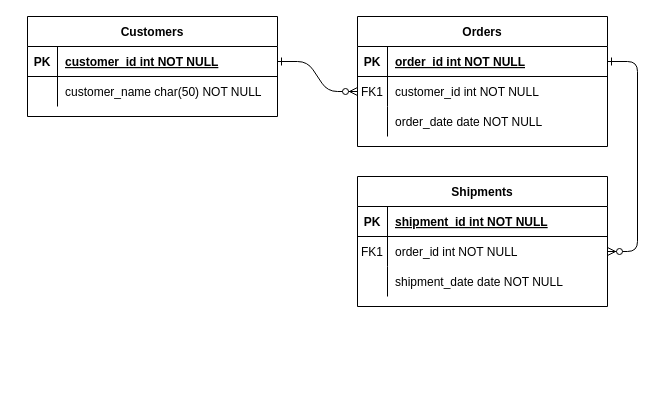
The draw.io diagram Sprint.drawio in ColeLindner/Princ.-Soft.-Engineering, before the edit. Source tidied: cells renumbered, new cells numbered last; positions are measured from the earlier drawing's top-left corner, leaving out a move shared by most shapes. Both pictures are drawn from the tidied source at 100%, with x=0, y=0 at pixel (27, 16).
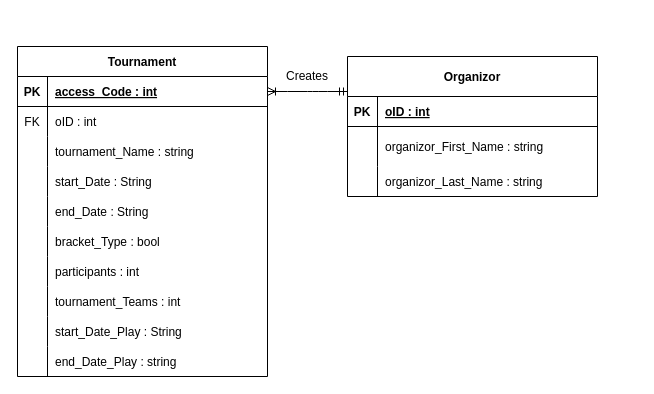
After the change.

The change refers to these unchanged cells:
```xml
<mxCell id="25" style="shape=partialRectangle;fillColor=none;points=[[0,0.5],[1,0.5]];portConstraint=eastwest;top=0;left=0;right=0;bottom=1;" parent="24" vertex="1">
  <mxGeometry y="30" width="250" height="30" as="geometry" />
</mxCell>
<mxCell id="28" style="shape=partialRectangle;fillColor=none;top=0;left=0;right=0;bottom=0;" parent="24" vertex="1">
  <mxGeometry y="60" width="250" height="30" as="geometry" />
</mxCell>
```

The edit, as a diff of the source:
```diff
@@
-    <mxCell id="2" style="edgeStyle=entityRelationEdgeStyle;endArrow=ERzeroToMany;startArrow=ERone;endFill=1;startFill=0;" parent="1" edge="1" source="25" target="8">
+    <mxCell id="2" style="edgeStyle=entityRelationEdgeStyle;endArrow=ERmandOne;startArrow=ERoneToMany;endFill=0;startFill=0;entryX=0;entryY=0.25;entryDx=0;entryDy=0;" parent="1" edge="1" source="25" target="4">
       <mxGeometry relative="1" as="geometry" />
     </mxCell>
-    <mxCell id="3" style="edgeStyle=entityRelationEdgeStyle;endArrow=ERzeroToMany;startArrow=ERone;endFill=1;startFill=0;" parent="1" edge="1" source="5" target="18">
-      <mxGeometry relative="1" as="geometry" />
-    </mxCell>
-    <mxCell id="4" value="Orders" style="shape=table;startSize=30;childLayout=tableLayout;rowLines=0;fontStyle=1;align=center;" parent="1" vertex="1">
-      <mxGeometry x="330" width="250" height="130" as="geometry" />
+    <mxCell id="4" value="Organizor" style="shape=table;startSize=40;childLayout=tableLayout;rowLines=0;fontStyle=1;align=center;" parent="1" vertex="1">
+      <mxGeometry x="320" y="40" width="250" height="140" as="geometry" />
     </mxCell>
     <mxCell id="5" style="shape=partialRectangle;fillColor=none;points=[[0,0.5],[1,0.5]];portConstraint=eastwest;top=0;left=0;right=0;bottom=1;" parent="4" vertex="1">
-      <mxGeometry y="30" width="250" height="30" as="geometry" />
+      <mxGeometry y="40" width="250" height="30" as="geometry" />
     </mxCell>
@@
-    <mxCell id="7" value="order_id int NOT NULL " style="shape=partialRectangle;overflow=hidden;fillColor=none;top=0;left=0;bottom=0;right=0;align=left;spacingLeft=6;fontStyle=5;" parent="5" vertex="1">
+    <mxCell id="7" value="oID : int" style="shape=partialRectangle;overflow=hidden;fillColor=none;top=0;left=0;bottom=0;right=0;align=left;spacingLeft=6;fontStyle=5;" parent="5" vertex="1">
       <mxGeometry x="30" width="220" height="30" as="geometry" />
     </mxCell>
     <mxCell id="8" style="shape=partialRectangle;fillColor=none;points=[[0,0.5],[1,0.5]];portConstraint=eastwest;top=0;left=0;right=0;bottom=0;" parent="4" vertex="1">
-      <mxGeometry y="60" width="250" height="30" as="geometry" />
+      <mxGeometry y="70" width="250" height="40" as="geometry" />
     </mxCell>
-    <mxCell id="9" value="FK1" style="shape=partialRectangle;overflow=hidden;fillColor=none;top=0;left=0;bottom=0;right=0;" parent="8" vertex="1">
-      <mxGeometry width="30" height="30" as="geometry" />
+    <mxCell id="9" style="shape=partialRectangle;overflow=hidden;fillColor=none;top=0;left=0;bottom=0;right=0;" parent="8" vertex="1">
+      <mxGeometry width="30" height="40" as="geometry" />
     </mxCell>
-    <mxCell id="10" value="customer_id int NOT NULL" style="shape=partialRectangle;overflow=hidden;fillColor=none;top=0;left=0;bottom=0;right=0;align=left;spacingLeft=6;" parent="8" vertex="1">
-      <mxGeometry x="30" width="220" height="30" as="geometry" />
+    <mxCell id="10" value="organizor_First_Name : string" style="shape=partialRectangle;overflow=hidden;fillColor=none;top=0;left=0;bottom=0;right=0;align=left;spacingLeft=6;" parent="8" vertex="1">
+      <mxGeometry x="30" width="220" height="40" as="geometry" />
     </mxCell>
     <mxCell id="11" style="shape=partialRectangle;fillColor=none;top=0;left=0;right=0;bottom=0;" parent="4" vertex="1">
-      <mxGeometry y="90" width="250" height="30" as="geometry" />
+      <mxGeometry y="110" width="250" height="30" as="geometry" />
     </mxCell>
@@
-    <mxCell id="13" value="order_date date NOT NULL" style="shape=partialRectangle;overflow=hidden;fillColor=none;top=0;left=0;bottom=0;right=0;align=left;spacingLeft=6;" parent="11" vertex="1">
+    <mxCell id="13" value="organizor_Last_Name : string" style="shape=partialRectangle;overflow=hidden;fillColor=none;top=0;left=0;bottom=0;right=0;align=left;spacingLeft=6;" parent="11" vertex="1">
       <mxGeometry x="30" width="220" height="30" as="geometry" />
     </mxCell>
-    <mxCell id="14" value="Shipments" style="shape=table;startSize=30;childLayout=tableLayout;rowLines=0;fontStyle=1;align=center;" parent="1" vertex="1">
-      <mxGeometry x="330" y="160" width="250" height="130" as="geometry" />
-    </mxCell>
-    <mxCell id="15" style="shape=partialRectangle;fillColor=none;top=0;left=0;right=0;bottom=1;" parent="14" vertex="1">
-      <mxGeometry y="30" width="250" height="30" as="geometry" />
-    </mxCell>
-    <mxCell id="16" value="PK" style="shape=partialRectangle;overflow=hidden;fillColor=none;top=0;left=0;bottom=0;right=0;fontStyle=1;" parent="15" vertex="1">
-      <mxGeometry width="30" height="30" as="geometry" />
-    </mxCell>
-    <mxCell id="17" value="shipment_id int NOT NULL " style="shape=partialRectangle;overflow=hidden;fillColor=none;top=0;left=0;bottom=0;right=0;align=left;spacingLeft=6;fontStyle=5;" parent="15" vertex="1">
-      <mxGeometry x="30" width="220" height="30" as="geometry" />
-    </mxCell>
-    <mxCell id="18" style="shape=partialRectangle;fillColor=none;points=[[0,0.5],[1,0.5]];portConstraint=eastwest;top=0;left=0;right=0;bottom=0;" parent="14" vertex="1">
-      <mxGeometry y="60" width="250" height="30" as="geometry" />
-    </mxCell>
-    <mxCell id="19" value="FK1" style="shape=partialRectangle;overflow=hidden;fillColor=none;top=0;left=0;bottom=0;right=0;" parent="18" vertex="1">
-      <mxGeometry width="30" height="30" as="geometry" />
-    </mxCell>
-    <mxCell id="20" value="order_id int NOT NULL" style="shape=partialRectangle;overflow=hidden;fillColor=none;top=0;left=0;bottom=0;right=0;align=left;spacingLeft=6;" parent="18" vertex="1">
-      <mxGeometry x="30" width="220" height="30" as="geometry" />
-    </mxCell>
-    <mxCell id="21" style="shape=partialRectangle;fillColor=none;top=0;left=0;right=0;bottom=0;" parent="14" vertex="1">
-      <mxGeometry y="90" width="250" height="30" as="geometry" />
-    </mxCell>
-    <mxCell id="22" style="shape=partialRectangle;overflow=hidden;fillColor=none;top=0;left=0;bottom=0;right=0;" parent="21" vertex="1">
-      <mxGeometry width="30" height="30" as="geometry" />
-    </mxCell>
-    <mxCell id="23" value="shipment_date date NOT NULL" style="shape=partialRectangle;overflow=hidden;fillColor=none;top=0;left=0;bottom=0;right=0;align=left;spacingLeft=6;" parent="21" vertex="1">
-      <mxGeometry x="30" width="220" height="30" as="geometry" />
-    </mxCell>
-    <mxCell id="24" value="Customers" style="shape=table;startSize=30;childLayout=tableLayout;rowLines=0;fontStyle=1;align=center;" parent="1" vertex="1">
-      <mxGeometry width="250" height="100" as="geometry" />
+    <mxCell id="24" value="Tournament" style="shape=table;startSize=30;childLayout=tableLayout;rowLines=0;fontStyle=1;align=center;" parent="1" vertex="1">
+      <mxGeometry x="-10" y="30" width="250" height="330" as="geometry" />
     </mxCell>
@@
-    <mxCell id="27" value="customer_id int NOT NULL " style="shape=partialRectangle;overflow=hidden;fillColor=none;top=0;left=0;bottom=0;right=0;align=left;spacingLeft=6;fontStyle=5;" parent="25" vertex="1">
+    <mxCell id="27" value="access_Code : int" style="shape=partialRectangle;overflow=hidden;fillColor=none;top=0;left=0;bottom=0;right=0;align=left;spacingLeft=6;fontStyle=5;" parent="25" vertex="1">
       <mxGeometry x="30" width="220" height="30" as="geometry" />
     </mxCell>
@@
-    <mxCell id="29" style="shape=partialRectangle;overflow=hidden;fillColor=none;top=0;left=0;bottom=0;right=0;" parent="28" vertex="1">
+    <mxCell id="29" value="FK" style="shape=partialRectangle;overflow=hidden;fillColor=none;top=0;left=0;bottom=0;right=0;" parent="28" vertex="1">
       <mxGeometry width="30" height="30" as="geometry" />
     </mxCell>
-    <mxCell id="30" value="customer_name char(50) NOT NULL" style="shape=partialRectangle;overflow=hidden;fillColor=none;top=0;left=0;bottom=0;right=0;align=left;spacingLeft=6;" parent="28" vertex="1">
+    <mxCell id="30" value="oID : int" style="shape=partialRectangle;overflow=hidden;fillColor=none;top=0;left=0;bottom=0;right=0;align=left;spacingLeft=6;" parent="28" vertex="1">
       <mxGeometry x="30" width="220" height="30" as="geometry" />
     </mxCell>
+    <mxCell id="21" style="shape=partialRectangle;fillColor=none;top=0;left=0;right=0;bottom=0;" parent="24" vertex="1">
+      <mxGeometry y="90" width="250" height="30" as="geometry" />
+    </mxCell>
+    <mxCell id="31" style="shape=partialRectangle;overflow=hidden;fillColor=none;top=0;left=0;bottom=0;right=0;" parent="21" vertex="1">
+      <mxGeometry width="30" height="30" as="geometry" />
+    </mxCell>
+    <mxCell id="32" value="tournament_Name : string" style="shape=partialRectangle;overflow=hidden;fillColor=none;top=0;left=0;bottom=0;right=0;align=left;spacingLeft=6;" parent="21" vertex="1">
+      <mxGeometry x="30" width="220" height="30" as="geometry" />
+    </mxCell>
+    <mxCell id="33" style="shape=partialRectangle;fillColor=none;top=0;left=0;right=0;bottom=0;" parent="24" vertex="1">
+      <mxGeometry y="120" width="250" height="30" as="geometry" />
+    </mxCell>
+    <mxCell id="34" style="shape=partialRectangle;overflow=hidden;fillColor=none;top=0;left=0;bottom=0;right=0;" parent="33" vertex="1">
+      <mxGeometry width="30" height="30" as="geometry" />
+    </mxCell>
+    <mxCell id="35" value="start_Date : String" style="shape=partialRectangle;overflow=hidden;fillColor=none;top=0;left=0;bottom=0;right=0;align=left;spacingLeft=6;" parent="33" vertex="1">
+      <mxGeometry x="30" width="220" height="30" as="geometry" />
+    </mxCell>
+    <mxCell id="36" style="shape=partialRectangle;fillColor=none;top=0;left=0;right=0;bottom=0;" parent="24" vertex="1">
+      <mxGeometry y="150" width="250" height="30" as="geometry" />
+    </mxCell>
+    <mxCell id="37" style="shape=partialRectangle;overflow=hidden;fillColor=none;top=0;left=0;bottom=0;right=0;" parent="36" vertex="1">
+      <mxGeometry width="30" height="30" as="geometry" />
+    </mxCell>
+    <mxCell id="38" value="end_Date : String" style="shape=partialRectangle;overflow=hidden;fillColor=none;top=0;left=0;bottom=0;right=0;align=left;spacingLeft=6;" parent="36" vertex="1">
+      <mxGeometry x="30" width="220" height="30" as="geometry" />
+    </mxCell>
+    <mxCell id="39" style="shape=partialRectangle;fillColor=none;top=0;left=0;right=0;bottom=0;" parent="24" vertex="1">
+      <mxGeometry y="180" width="250" height="30" as="geometry" />
+    </mxCell>
+    <mxCell id="40" style="shape=partialRectangle;overflow=hidden;fillColor=none;top=0;left=0;bottom=0;right=0;" parent="39" vertex="1">
+      <mxGeometry width="30" height="30" as="geometry" />
+    </mxCell>
+    <mxCell id="41" value="bracket_Type : bool" style="shape=partialRectangle;overflow=hidden;fillColor=none;top=0;left=0;bottom=0;right=0;align=left;spacingLeft=6;" parent="39" vertex="1">
+      <mxGeometry x="30" width="220" height="30" as="geometry" />
+    </mxCell>
+    <mxCell id="42" style="shape=partialRectangle;fillColor=none;top=0;left=0;right=0;bottom=0;" parent="24" vertex="1">
+      <mxGeometry y="210" width="250" height="30" as="geometry" />
+    </mxCell>
+    <mxCell id="43" style="shape=partialRectangle;overflow=hidden;fillColor=none;top=0;left=0;bottom=0;right=0;" parent="42" vertex="1">
+      <mxGeometry width="30" height="30" as="geometry" />
+    </mxCell>
+    <mxCell id="44" value="participants : int " style="shape=partialRectangle;overflow=hidden;fillColor=none;top=0;left=0;bottom=0;right=0;align=left;spacingLeft=6;" parent="42" vertex="1">
+      <mxGeometry x="30" width="220" height="30" as="geometry" />
+    </mxCell>
+    <mxCell id="45" style="shape=partialRectangle;fillColor=none;top=0;left=0;right=0;bottom=0;" parent="24" vertex="1">
+      <mxGeometry y="240" width="250" height="30" as="geometry" />
+    </mxCell>
+    <mxCell id="46" style="shape=partialRectangle;overflow=hidden;fillColor=none;top=0;left=0;bottom=0;right=0;" parent="45" vertex="1">
+      <mxGeometry width="30" height="30" as="geometry" />
+    </mxCell>
+    <mxCell id="47" value="tournament_Teams : int " style="shape=partialRectangle;overflow=hidden;fillColor=none;top=0;left=0;bottom=0;right=0;align=left;spacingLeft=6;" parent="45" vertex="1">
+      <mxGeometry x="30" width="220" height="30" as="geometry" />
+    </mxCell>
+    <mxCell id="48" style="shape=partialRectangle;fillColor=none;top=0;left=0;right=0;bottom=0;" parent="24" vertex="1">
+      <mxGeometry y="270" width="250" height="30" as="geometry" />
+    </mxCell>
+    <mxCell id="49" style="shape=partialRectangle;overflow=hidden;fillColor=none;top=0;left=0;bottom=0;right=0;" parent="48" vertex="1">
+      <mxGeometry width="30" height="30" as="geometry" />
+    </mxCell>
+    <mxCell id="50" value="start_Date_Play : String" style="shape=partialRectangle;overflow=hidden;fillColor=none;top=0;left=0;bottom=0;right=0;align=left;spacingLeft=6;" parent="48" vertex="1">
+      <mxGeometry x="30" width="220" height="30" as="geometry" />
+    </mxCell>
+    <mxCell id="51" style="shape=partialRectangle;fillColor=none;top=0;left=0;right=0;bottom=0;" parent="24" vertex="1">
+      <mxGeometry y="300" width="250" height="30" as="geometry" />
+    </mxCell>
+    <mxCell id="52" style="shape=partialRectangle;overflow=hidden;fillColor=none;top=0;left=0;bottom=0;right=0;" parent="51" vertex="1">
+      <mxGeometry width="30" height="30" as="geometry" />
+    </mxCell>
+    <mxCell id="53" value="end_Date_Play : string" style="shape=partialRectangle;overflow=hidden;fillColor=none;top=0;left=0;bottom=0;right=0;align=left;spacingLeft=6;" parent="51" vertex="1">
+      <mxGeometry x="30" width="220" height="30" as="geometry" />
+    </mxCell>
+    <mxCell id="54" value="Creates" style="text;html=1;strokeColor=none;fillColor=none;align=center;verticalAlign=middle;whiteSpace=wrap;rounded=0;rotation=0;" parent="1" vertex="1">
+      <mxGeometry x="260" y="50" width="40" height="20" as="geometry" />
+    </mxCell>
```
